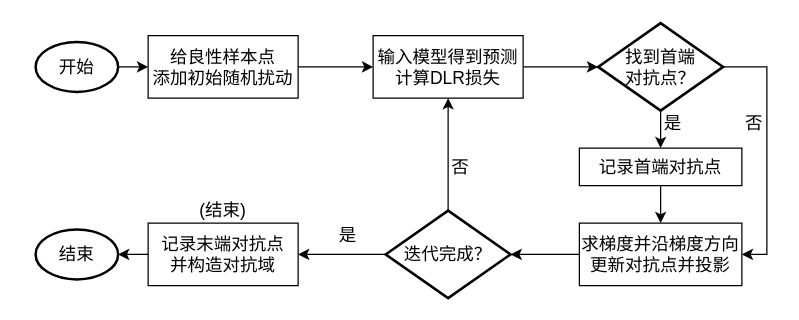
Earlier version of the draw.io diagram 对抗域.drawio (Zhou-AY/hello-world). Source tidied: cells renumbered, new cells numbered last; positions are measured from the earlier drawing's top-left corner, leaving out a move shared by most shapes. Both pictures are drawn from the tidied source at 125%, with x=0, y=0 at pixel (35, 22).
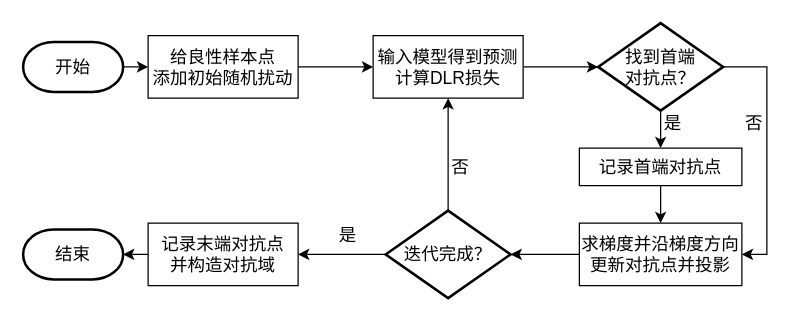
Above is the later version.

Commit message:
更新对抗域.drawio

Unchanged cells that the change refers to:
```xml
<mxCell id="15" value="&lt;font style=&quot;font-size: 14px;&quot;&gt;记录末端对抗点&lt;br&gt;并构造对抗域&lt;br&gt;&lt;/font&gt;" style="rounded=0;whiteSpace=wrap;html=1;" parent="1" vertex="1">
  <mxGeometry x="90" y="160" width="120" height="50" as="geometry" />
</mxCell>
```

Change to the diagram source:
```diff
@@
-    <mxCell id="14" style="edgeStyle=orthogonalEdgeStyle;rounded=0;jettySize=auto;html=1;entryX=1;entryY=0.5;entryDx=0;entryDy=0;entryPerimeter=0;" parent="1" edge="1" source="15" target="25">
+    <mxCell id="14" style="edgeStyle=orthogonalEdgeStyle;rounded=0;jettySize=auto;html=1;exitX=0;exitY=0.5;exitDx=0;exitDy=0;entryX=1;entryY=0.5;entryDx=0;entryDy=0;entryPerimeter=0;" parent="1" edge="1" source="15" target="25">
       <mxGeometry relative="1" as="geometry" />
     </mxCell>
@@
-    <mxCell id="22" value="&lt;font style=&quot;font-size: 14px;&quot;&gt;(结束)&lt;/font&gt;" style="text;html=1;strokeColor=none;fillColor=none;align=center;verticalAlign=middle;whiteSpace=wrap;rounded=0;" parent="1" vertex="1">
-      <mxGeometry x="130" y="140" width="40" height="20" as="geometry" />
-    </mxCell>
@@
-    <mxCell id="24" value="&lt;font style=&quot;font-size: 14px;&quot;&gt;开始&lt;/font&gt;" style="strokeWidth=2;html=1;shape=mxgraph.flowchart.start_1;whiteSpace=wrap;" parent="1" vertex="1">
-      <mxGeometry y="15" width="66" height="40" as="geometry" />
+    <mxCell id="24" value="&lt;font style=&quot;font-size: 14px;&quot;&gt;开始&lt;/font&gt;" style="strokeWidth=2;html=1;shape=mxgraph.flowchart.terminator;whiteSpace=wrap;" parent="1" vertex="1">
+      <mxGeometry x="-10" y="15" width="80" height="40" as="geometry" />
     </mxCell>
-    <mxCell id="25" value="&lt;font style=&quot;font-size: 14px;&quot;&gt;结束&lt;/font&gt;" style="strokeWidth=2;html=1;shape=mxgraph.flowchart.start_1;whiteSpace=wrap;" parent="1" vertex="1">
-      <mxGeometry y="165" width="66" height="40" as="geometry" />
+    <mxCell id="25" value="&lt;font style=&quot;font-size: 14px;&quot;&gt;结束&lt;/font&gt;" style="strokeWidth=2;html=1;shape=mxgraph.flowchart.terminator;whiteSpace=wrap;" parent="1" vertex="1">
+      <mxGeometry x="-10" y="165" width="80" height="40" as="geometry" />
     </mxCell>
```
